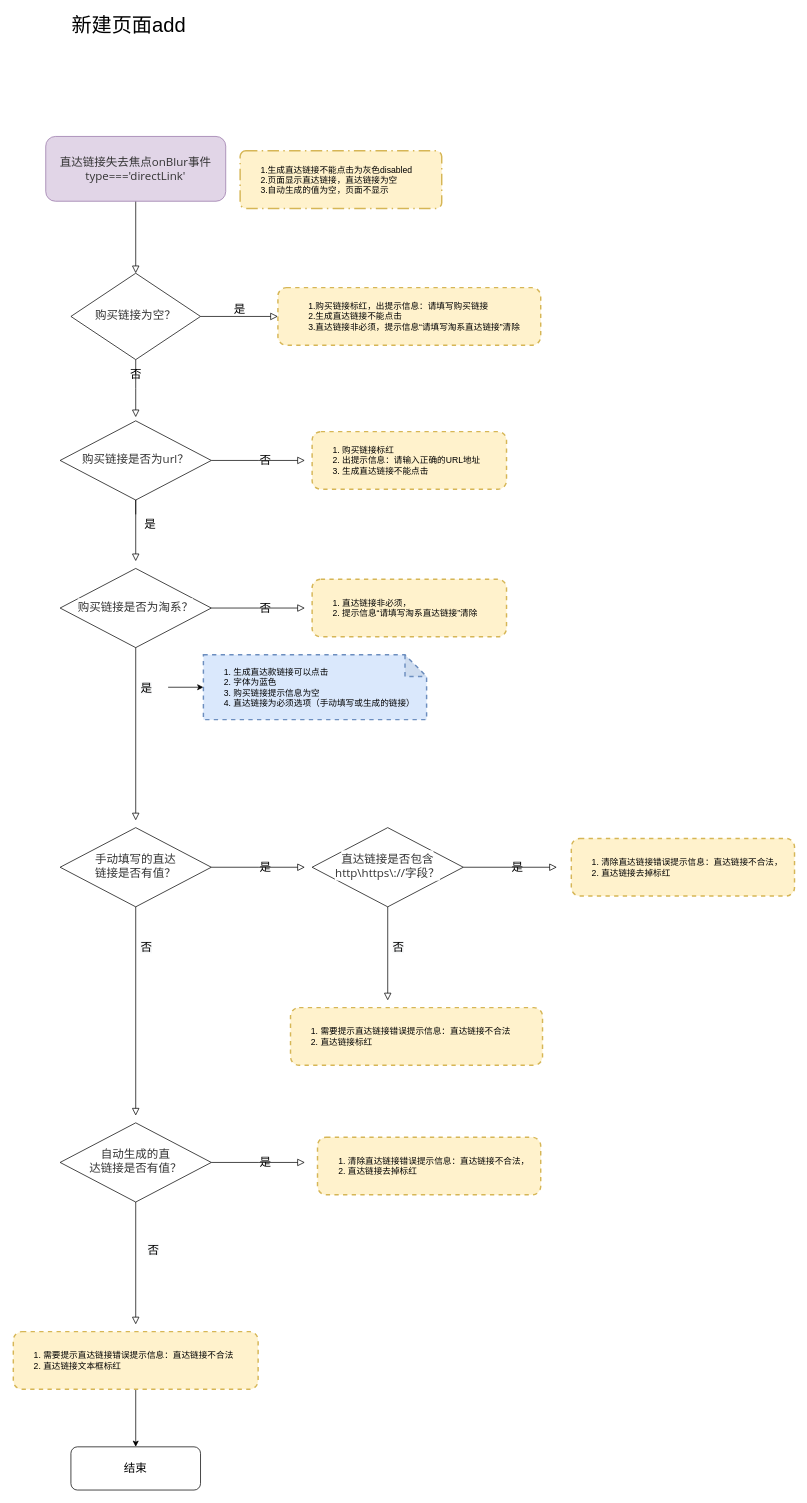
This is 直达链接失去焦点onblur事件.drawio from AnneLau/-algorithm_bubble, a draw.io file, before an edit. Source tidied: cells renumbered, new cells numbered last; positions are measured from the earlier drawing's top-left corner, leaving out a move shared by most shapes. Both pictures are drawn from the tidied source at 72%, with x=0, y=0 at pixel (13, 14).
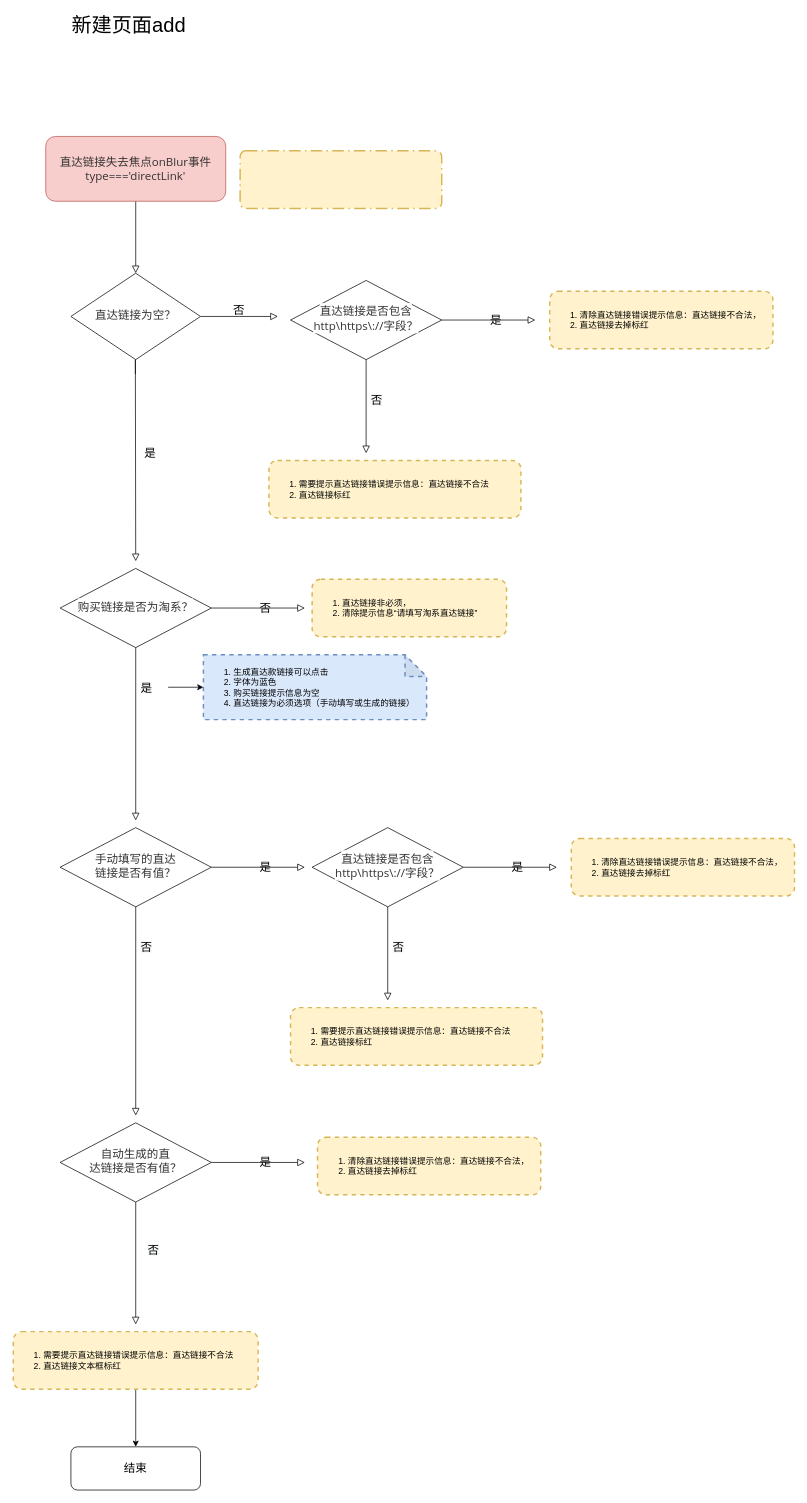
The same diagram, later.

Commit message (it also covers changes not shown here):
Update 直达链接失去焦点onblur事件.drawio

Diff of the diagram source:
```diff
@@
-    <mxCell id="3" value="&lt;font face=&quot;open sans, clear sans, helvetica neue, helvetica, arial, sans-serif&quot; color=&quot;#333333&quot;&gt;&lt;span style=&quot;font-size: 16px&quot;&gt;直达链接失去焦点onBlur事件&lt;/span&gt;&lt;span style=&quot;font-size: 16px&quot;&gt;type==='directLink&lt;/span&gt;&lt;/font&gt;&lt;span style=&quot;font-size: 16px ; color: rgb(51 , 51 , 51) ; font-family: &amp;#34;open sans&amp;#34; , &amp;#34;clear sans&amp;#34; , &amp;#34;helvetica neue&amp;#34; , &amp;#34;helvetica&amp;#34; , &amp;#34;arial&amp;#34; , sans-serif&quot;&gt;'&lt;/span&gt;" style="rounded=1;whiteSpace=wrap;html=1;fontSize=12;glass=0;strokeWidth=1;shadow=0;fillColor=#e1d5e7;strokeColor=#9673a6;" parent="1" vertex="1">
+    <mxCell id="3" value="&lt;font face=&quot;open sans, clear sans, helvetica neue, helvetica, arial, sans-serif&quot; color=&quot;#333333&quot;&gt;&lt;span style=&quot;font-size: 16px&quot;&gt;直达链接失去焦点onBlur事件&lt;/span&gt;&lt;span style=&quot;font-size: 16px&quot;&gt;type==='directLink&lt;/span&gt;&lt;/font&gt;&lt;span style=&quot;font-size: 16px ; color: rgb(51 , 51 , 51) ; font-family: &amp;#34;open sans&amp;#34; , &amp;#34;clear sans&amp;#34; , &amp;#34;helvetica neue&amp;#34; , &amp;#34;helvetica&amp;#34; , &amp;#34;arial&amp;#34; , sans-serif&quot;&gt;'&lt;/span&gt;" style="rounded=1;whiteSpace=wrap;html=1;fontSize=12;glass=0;strokeWidth=1;shadow=0;fillColor=#f8cecc;strokeColor=#b85450;" parent="1" vertex="1">
       <mxGeometry x="45" y="170" width="250" height="90" as="geometry" />
     </mxCell>
-    <mxCell id="4" value="&lt;font style=&quot;font-size: 16px&quot;&gt;否&lt;/font&gt;" style="rounded=0;html=1;jettySize=auto;fontSize=11;endArrow=block;endFill=0;endSize=8;strokeWidth=1;shadow=0;labelBackgroundColor=none;edgeStyle=orthogonalEdgeStyle;" parent="1" edge="1" source="6">
-      <mxGeometry y="20" relative="1" as="geometry">
-        <mxPoint x="170" y="560" as="targetPoint" />
-      </mxGeometry>
-    </mxCell>
-    <mxCell id="5" value="&lt;font style=&quot;font-size: 16px&quot;&gt;是&lt;/font&gt;" style="edgeStyle=orthogonalEdgeStyle;rounded=0;html=1;jettySize=auto;fontSize=11;endArrow=block;endFill=0;endSize=8;strokeWidth=1;shadow=0;labelBackgroundColor=none;" parent="1" edge="1" source="6" target="7">
-      <mxGeometry y="10" relative="1" as="geometry" />
+    <mxCell id="5" value="&lt;font style=&quot;font-size: 16px&quot;&gt;否&lt;/font&gt;" style="edgeStyle=orthogonalEdgeStyle;rounded=0;html=1;jettySize=auto;fontSize=11;endArrow=block;endFill=0;endSize=8;strokeWidth=1;shadow=0;labelBackgroundColor=none;" parent="1" edge="1" source="6">
+      <mxGeometry y="10" relative="1" as="geometry">
+        <mxPoint x="367.5" y="420" as="targetPoint" />
+      </mxGeometry>
     </mxCell>
-    <mxCell id="6" value="&lt;span style=&quot;color: rgb(51 , 51 , 51) ; font-family: &amp;#34;open sans&amp;#34; , &amp;#34;clear sans&amp;#34; , &amp;#34;helvetica neue&amp;#34; , &amp;#34;helvetica&amp;#34; , &amp;#34;arial&amp;#34; , sans-serif ; font-size: 16px ; background-color: rgb(255 , 255 , 255)&quot;&gt;购买链接为空？&lt;/span&gt;" style="rhombus;whiteSpace=wrap;html=1;shadow=0;fontFamily=Helvetica;fontSize=12;align=center;strokeWidth=1;spacing=6;spacingTop=-4;" parent="1" vertex="1">
+    <mxCell id="6" value="&lt;span style=&quot;color: rgb(51 , 51 , 51) ; font-family: &amp;#34;open sans&amp;#34; , &amp;#34;clear sans&amp;#34; , &amp;#34;helvetica neue&amp;#34; , &amp;#34;helvetica&amp;#34; , &amp;#34;arial&amp;#34; , sans-serif ; font-size: 16px ; background-color: rgb(255 , 255 , 255)&quot;&gt;直达链接为空？&lt;/span&gt;" style="rhombus;whiteSpace=wrap;html=1;shadow=0;fontFamily=Helvetica;fontSize=12;align=center;strokeWidth=1;spacing=6;spacingTop=-4;" parent="1" vertex="1">
       <mxGeometry x="80" y="360" width="180" height="120" as="geometry" />
     </mxCell>
-    <mxCell id="7" value="&lt;blockquote style=&quot;margin: 0 0 0 40px ; border: none ; padding: 0px&quot;&gt;&lt;/blockquote&gt;&lt;blockquote style=&quot;margin: 0 0 0 40px ; border: none ; padding: 0px&quot;&gt;&lt;/blockquote&gt;&lt;blockquote style=&quot;margin: 0 0 0 40px ; border: none ; padding: 0px&quot;&gt;&lt;span&gt;1.购买链接标红，出提示信息：请填写购买链接&lt;br&gt;&lt;/span&gt;&lt;span&gt;2.生成直达链接不能点击&lt;br&gt;&lt;/span&gt;3.直达链接非必须，提示信息“请填写淘系直达链接”清除&lt;/blockquote&gt;&lt;blockquote style=&quot;margin: 0 0 0 40px ; border: none ; padding: 0px&quot;&gt;&lt;/blockquote&gt;&lt;blockquote style=&quot;margin: 0 0 0 40px ; border: none ; padding: 0px&quot;&gt;&lt;/blockquote&gt;" style="rounded=1;whiteSpace=wrap;html=1;fontSize=12;glass=0;strokeWidth=2;shadow=0;align=left;fillColor=#fff2cc;strokeColor=#d6b656;dashed=1;" parent="1" vertex="1">
-      <mxGeometry x="367.5" y="380" width="365" height="80" as="geometry" />
-    </mxCell>
-    <mxCell id="8" value="&lt;span style=&quot;font-size: 16px&quot;&gt;否&lt;/span&gt;" style="edgeStyle=orthogonalEdgeStyle;rounded=0;html=1;jettySize=auto;fontSize=11;endArrow=block;endFill=0;endSize=8;strokeWidth=1;shadow=0;labelBackgroundColor=none;" parent="1" edge="1" source="9">
-      <mxGeometry y="10" relative="1" as="geometry">
-        <mxPoint x="405" y="620" as="targetPoint" />
-      </mxGeometry>
-    </mxCell>
-    <mxCell id="9" value="&lt;span style=&quot;color: rgb(51 , 51 , 51) ; font-family: &amp;#34;open sans&amp;#34; , &amp;#34;clear sans&amp;#34; , &amp;#34;helvetica neue&amp;#34; , &amp;#34;helvetica&amp;#34; , &amp;#34;arial&amp;#34; , sans-serif ; font-size: 16px ; background-color: rgb(255 , 255 , 255)&quot;&gt;购买链接是否为url？&lt;/span&gt;" style="rhombus;whiteSpace=wrap;html=1;shadow=0;fontFamily=Helvetica;fontSize=12;align=center;strokeWidth=1;spacing=6;spacingTop=-4;" parent="1" vertex="1">
-      <mxGeometry x="65" y="565" width="210" height="110" as="geometry" />
-    </mxCell>
@@
-    <mxCell id="12" value="  1.生成直达链接不能点击为灰色disabled&#10;  2.页面显示直达链接，直达链接为空&#10;  3.自动生成的值为空，页面不显示" style="rounded=1;arcSize=10;dashed=1;strokeColor=#d6b656;fillColor=#fff2cc;dashPattern=8 3 1 3;strokeWidth=2;align=left;spacingTop=1;spacingLeft=20;" parent="1" vertex="1">
+    <mxCell id="12" style="rounded=1;arcSize=10;dashed=1;strokeColor=#d6b656;fillColor=#fff2cc;dashPattern=8 3 1 3;strokeWidth=2;align=left;spacingTop=1;spacingLeft=20;" parent="1" vertex="1">
       <mxGeometry x="315" y="190" width="280" height="80" as="geometry" />
     </mxCell>
-    <mxCell id="13" value="&lt;blockquote style=&quot;margin: 0 0 0 40px ; border: none ; padding: 0px&quot;&gt;&lt;/blockquote&gt;&lt;blockquote style=&quot;margin: 0 0 0 40px ; border: none ; padding: 0px&quot;&gt;&lt;/blockquote&gt;&lt;blockquote style=&quot;margin: 0 0 0 40px ; border: none ; padding: 0px&quot;&gt;&lt;/blockquote&gt;&lt;ol&gt;&lt;li&gt;&lt;span&gt;购买链接标红&lt;/span&gt;&lt;/li&gt;&lt;li&gt;&lt;span&gt;出提示信息：请输入正确的URL地址&lt;/span&gt;&lt;/li&gt;&lt;li&gt;&lt;span&gt;生成直达链接不能点击&lt;/span&gt;&lt;/li&gt;&lt;/ol&gt;&lt;blockquote style=&quot;margin: 0 0 0 40px ; border: none ; padding: 0px&quot;&gt;&lt;/blockquote&gt;&lt;blockquote style=&quot;margin: 0 0 0 40px ; border: none ; padding: 0px&quot;&gt;&lt;/blockquote&gt;&lt;blockquote style=&quot;margin: 0 0 0 40px ; border: none ; padding: 0px&quot;&gt;&lt;/blockquote&gt;" style="rounded=1;whiteSpace=wrap;html=1;fontSize=12;glass=0;strokeWidth=2;shadow=0;align=left;fillColor=#fff2cc;strokeColor=#d6b656;dashed=1;" parent="1" vertex="1">
-      <mxGeometry x="415" y="580" width="270" height="80" as="geometry" />
-    </mxCell>
@@
     <mxCell id="15" value="&lt;font style=&quot;font-size: 16px&quot;&gt;是&lt;/font&gt;" style="rounded=0;html=1;jettySize=auto;orthogonalLoop=1;fontSize=11;endArrow=block;endFill=0;endSize=8;strokeWidth=1;shadow=0;labelBackgroundColor=none;edgeStyle=orthogonalEdgeStyle;" parent="1" edge="1">
       <mxGeometry y="20" relative="1" as="geometry">
-        <mxPoint x="170" y="694.9" as="sourcePoint" />
+        <mxPoint x="169.5" y="500" as="sourcePoint" />
         <mxPoint x="170" y="760" as="targetPoint" />
         <Array as="points">
-          <mxPoint x="170" y="674.9" />
-          <mxPoint x="170" y="674.9" />
+          <mxPoint x="169.5" y="480" />
+          <mxPoint x="169.5" y="480" />
         </Array>
       </mxGeometry>
     </mxCell>
@@
-    <mxCell id="18" value="&lt;blockquote style=&quot;margin: 0 0 0 40px ; border: none ; padding: 0px&quot;&gt;&lt;/blockquote&gt;&lt;blockquote style=&quot;margin: 0 0 0 40px ; border: none ; padding: 0px&quot;&gt;&lt;/blockquote&gt;&lt;blockquote style=&quot;margin: 0 0 0 40px ; border: none ; padding: 0px&quot;&gt;&lt;/blockquote&gt;&lt;div&gt;&lt;ol&gt;&lt;li&gt;直达链接非必须，&lt;/li&gt;&lt;li&gt;提示信息“请填写淘系直达链接”清除&lt;/li&gt;&lt;/ol&gt;&lt;/div&gt;&lt;blockquote style=&quot;margin: 0 0 0 40px ; border: none ; padding: 0px&quot;&gt;&lt;/blockquote&gt;&lt;blockquote style=&quot;margin: 0 0 0 40px ; border: none ; padding: 0px&quot;&gt;&lt;/blockquote&gt;&lt;blockquote style=&quot;margin: 0 0 0 40px ; border: none ; padding: 0px&quot;&gt;&lt;/blockquote&gt;" style="rounded=1;whiteSpace=wrap;html=1;fontSize=12;glass=0;strokeWidth=2;shadow=0;align=left;fillColor=#fff2cc;strokeColor=#d6b656;dashed=1;" parent="1" vertex="1">
+    <mxCell id="18" value="&lt;blockquote style=&quot;margin: 0 0 0 40px ; border: none ; padding: 0px&quot;&gt;&lt;/blockquote&gt;&lt;blockquote style=&quot;margin: 0 0 0 40px ; border: none ; padding: 0px&quot;&gt;&lt;/blockquote&gt;&lt;blockquote style=&quot;margin: 0 0 0 40px ; border: none ; padding: 0px&quot;&gt;&lt;/blockquote&gt;&lt;div&gt;&lt;ol&gt;&lt;li&gt;直达链接非必须，&lt;/li&gt;&lt;li&gt;清除提示信息“请填写淘系直达链接”&lt;/li&gt;&lt;/ol&gt;&lt;/div&gt;&lt;blockquote style=&quot;margin: 0 0 0 40px ; border: none ; padding: 0px&quot;&gt;&lt;/blockquote&gt;&lt;blockquote style=&quot;margin: 0 0 0 40px ; border: none ; padding: 0px&quot;&gt;&lt;/blockquote&gt;&lt;blockquote style=&quot;margin: 0 0 0 40px ; border: none ; padding: 0px&quot;&gt;&lt;/blockquote&gt;" style="rounded=1;whiteSpace=wrap;html=1;fontSize=12;glass=0;strokeWidth=2;shadow=0;align=left;fillColor=#fff2cc;strokeColor=#d6b656;dashed=1;" parent="1" vertex="1">
       <mxGeometry x="415" y="785" width="270" height="80" as="geometry" />
     </mxCell>
@@
+    <mxCell id="39" value="&lt;span style=&quot;color: rgb(51 , 51 , 51) ; font-family: &amp;#34;open sans&amp;#34; , &amp;#34;clear sans&amp;#34; , &amp;#34;helvetica neue&amp;#34; , &amp;#34;helvetica&amp;#34; , &amp;#34;arial&amp;#34; , sans-serif ; font-size: 16px ; background-color: rgb(255 , 255 , 255)&quot;&gt;直达链接是否包含http\https\://字段？&lt;/span&gt;" style="rhombus;whiteSpace=wrap;html=1;shadow=0;fontFamily=Helvetica;fontSize=12;align=center;strokeWidth=1;spacing=6;spacingTop=-4;" parent="1" vertex="1">
+      <mxGeometry x="385" y="370" width="210" height="110" as="geometry" />
+    </mxCell>
+    <mxCell id="40" value="&lt;span style=&quot;font-size: 16px&quot;&gt;是&lt;/span&gt;" style="edgeStyle=orthogonalEdgeStyle;rounded=0;html=1;jettySize=auto;fontSize=11;endArrow=block;endFill=0;endSize=8;strokeWidth=1;shadow=0;labelBackgroundColor=none;" parent="1" edge="1" source="39">
+      <mxGeometry y="10" relative="1" as="geometry">
+        <mxPoint x="725" y="425" as="targetPoint" />
+      </mxGeometry>
+    </mxCell>
+    <mxCell id="41" value="&lt;span style=&quot;color: rgb(0 , 0 , 0) ; font-family: &amp;#34;helvetica&amp;#34; ; font-size: 16px ; font-style: normal ; font-weight: 400 ; letter-spacing: normal ; text-align: center ; text-indent: 0px ; text-transform: none ; word-spacing: 0px ; background-color: rgb(248 , 249 , 250) ; display: inline ; float: none&quot;&gt;否&lt;/span&gt;" style="text;whiteSpace=wrap;html=1;" parent="1" vertex="1">
+      <mxGeometry x="495" y="520" width="40" height="30" as="geometry" />
+    </mxCell>
+    <mxCell id="42" style="rounded=0;html=1;jettySize=auto;orthogonalLoop=1;fontSize=11;endArrow=block;endFill=0;endSize=8;strokeWidth=1;shadow=0;labelBackgroundColor=none;edgeStyle=orthogonalEdgeStyle;" parent="1" edge="1">
+      <mxGeometry relative="1" as="geometry">
+        <mxPoint x="490" y="480" as="sourcePoint" />
+        <mxPoint x="490" y="610" as="targetPoint" />
+      </mxGeometry>
+    </mxCell>
+    <mxCell id="43" value="&lt;blockquote style=&quot;margin: 0 0 0 40px ; border: none ; padding: 0px&quot;&gt;&lt;/blockquote&gt;&lt;blockquote style=&quot;margin: 0 0 0 40px ; border: none ; padding: 0px&quot;&gt;&lt;/blockquote&gt;&lt;blockquote style=&quot;margin: 0 0 0 40px ; border: none ; padding: 0px&quot;&gt;&lt;/blockquote&gt;&lt;div&gt;&lt;ol&gt;&lt;li&gt;清除直达链接错误提示信息：直达链接不合法，&lt;/li&gt;&lt;li&gt;直达链接去掉标红&lt;/li&gt;&lt;/ol&gt;&lt;/div&gt;&lt;blockquote style=&quot;margin: 0 0 0 40px ; border: none ; padding: 0px&quot;&gt;&lt;/blockquote&gt;&lt;blockquote style=&quot;margin: 0 0 0 40px ; border: none ; padding: 0px&quot;&gt;&lt;/blockquote&gt;&lt;blockquote style=&quot;margin: 0 0 0 40px ; border: none ; padding: 0px&quot;&gt;&lt;/blockquote&gt;" style="rounded=1;whiteSpace=wrap;html=1;fontSize=12;glass=0;strokeWidth=2;shadow=0;align=left;fillColor=#fff2cc;strokeColor=#d6b656;dashed=1;" parent="1" vertex="1">
+      <mxGeometry x="745" y="385" width="310" height="80" as="geometry" />
+    </mxCell>
+    <mxCell id="44" value="&lt;blockquote style=&quot;margin: 0 0 0 40px ; border: none ; padding: 0px&quot;&gt;&lt;/blockquote&gt;&lt;blockquote style=&quot;margin: 0 0 0 40px ; border: none ; padding: 0px&quot;&gt;&lt;/blockquote&gt;&lt;blockquote style=&quot;margin: 0 0 0 40px ; border: none ; padding: 0px&quot;&gt;&lt;/blockquote&gt;&lt;div&gt;&lt;ol&gt;&lt;li&gt;需要提示直达链接错误提示信息：直达链接不合法&lt;/li&gt;&lt;li&gt;直达链接标红&lt;br&gt;&lt;/li&gt;&lt;/ol&gt;&lt;/div&gt;&lt;blockquote style=&quot;margin: 0 0 0 40px ; border: none ; padding: 0px&quot;&gt;&lt;/blockquote&gt;&lt;blockquote style=&quot;margin: 0 0 0 40px ; border: none ; padding: 0px&quot;&gt;&lt;/blockquote&gt;&lt;blockquote style=&quot;margin: 0 0 0 40px ; border: none ; padding: 0px&quot;&gt;&lt;/blockquote&gt;" style="rounded=1;whiteSpace=wrap;html=1;fontSize=12;glass=0;strokeWidth=2;shadow=0;align=left;fillColor=#fff2cc;strokeColor=#d6b656;dashed=1;" parent="1" vertex="1">
+      <mxGeometry x="355" y="620" width="350" height="80" as="geometry" />
+    </mxCell>
```
